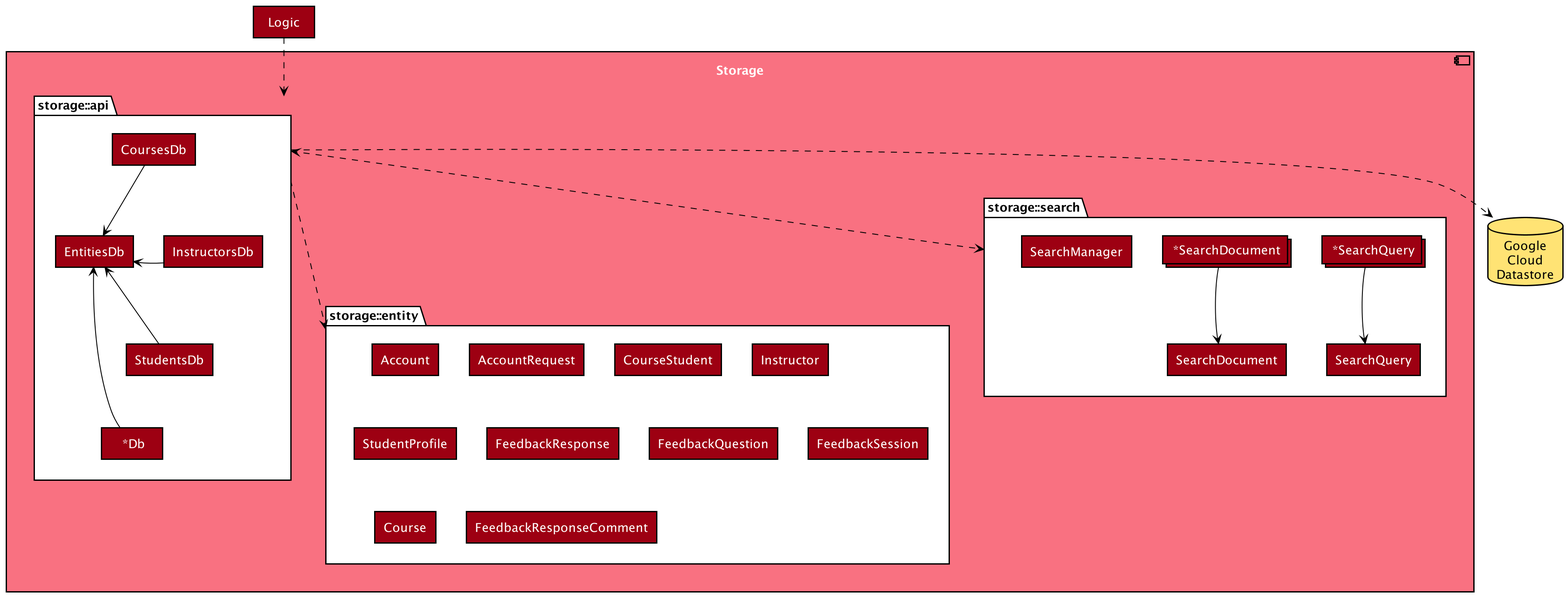
Earlier version of the PlantUML export docs/images/StorageComponent.png (TEAMMATES/teammates).
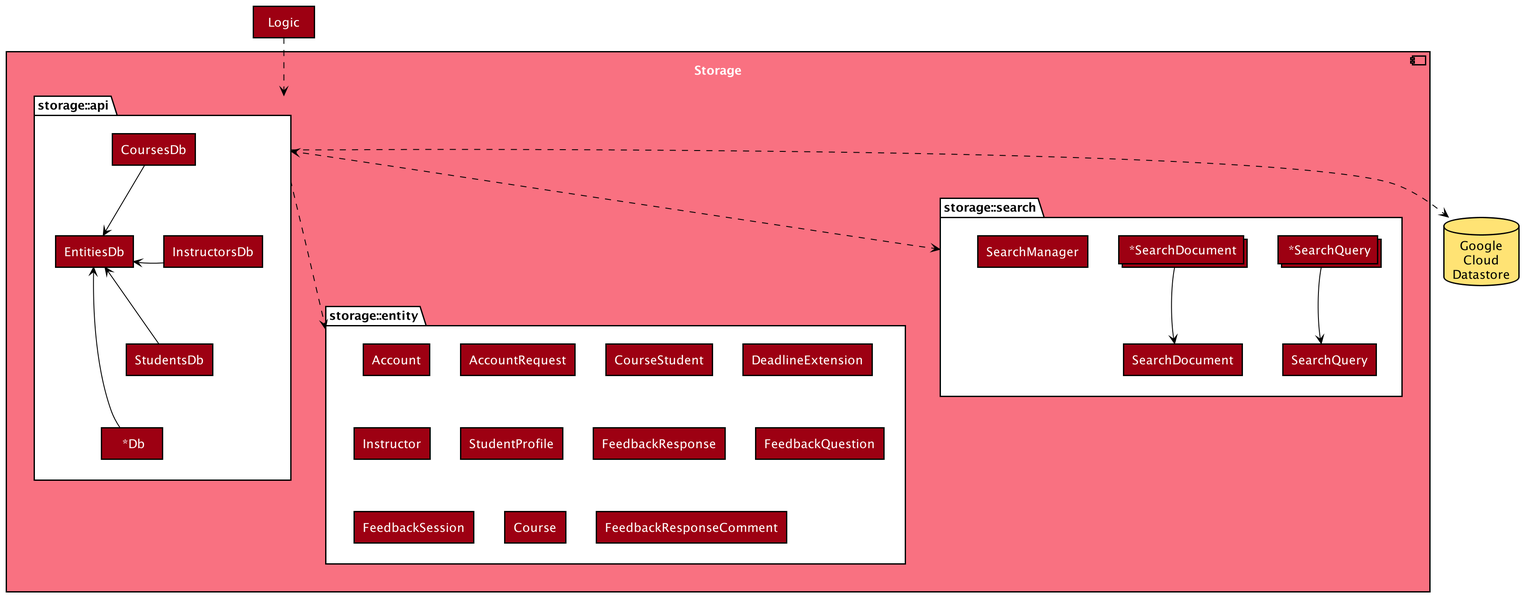
After the change.

Commit message:
Update storage component documentation with DeadlineExtension entity

Change to the diagram source:
```diff
@@ -15,6 +15,7 @@
         rectangle Account
         rectangle AccountRequest
         rectangle CourseStudent
+        rectangle DeadlineExtension
         rectangle Instructor
         rectangle StudentProfile
         rectangle FeedbackResponse
```
